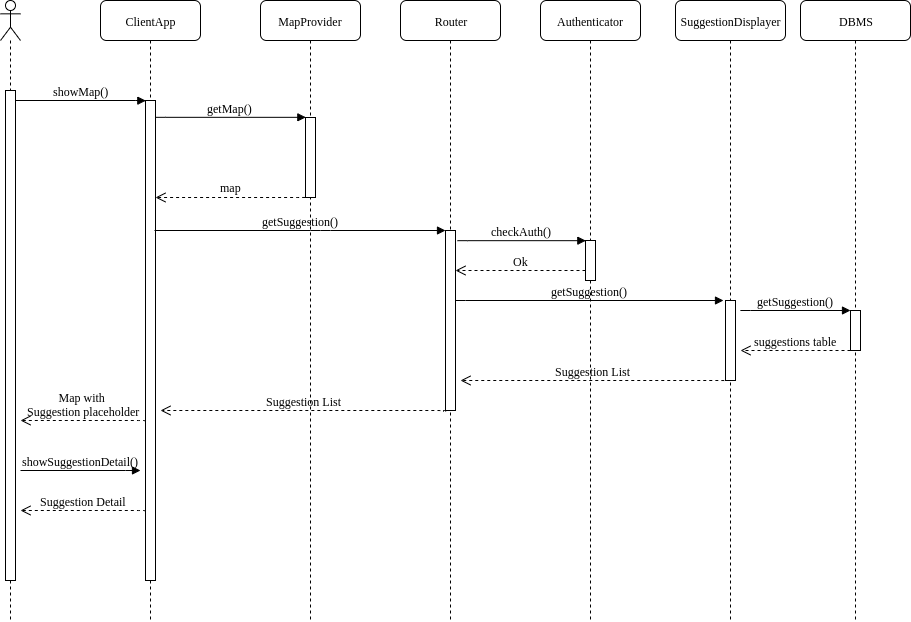
Earlier version of the draw.io export DD/images/visualize-suggestion-sequence.png (f3d0ss/CazzolaDotti-se2). Source tidied: cells renumbered, new cells last; positions are measured from the earlier drawing's top-left corner, leaving out a move shared by most shapes. Source of this version:
```xml
<mxGraphModel background="#ffffff">
  <root>
    <mxCell id="0" />
    <mxCell id="1" parent="0" />
    <mxCell id="2" value="ClientApp" style="shape=umlLifeline;perimeter=lifelinePerimeter;whiteSpace=wrap;html=1;rounded=1;shadow=0;comic=0;labelBackgroundColor=none;strokeWidth=1;fontFamily=Verdana;fontSize=12;align=center;" parent="1" vertex="1">
      <mxGeometry x="129" width="100" height="620" as="geometry" />
    </mxCell>
    <mxCell id="3" style="html=1;points=[];perimeter=orthogonalPerimeter;rounded=0;shadow=0;comic=0;labelBackgroundColor=none;strokeWidth=1;fontFamily=Verdana;fontSize=12;align=center;" parent="2" vertex="1">
      <mxGeometry x="45" y="100" width="10" height="480" as="geometry" />
    </mxCell>
    <mxCell id="4" value="MapProvider" style="shape=umlLifeline;perimeter=lifelinePerimeter;whiteSpace=wrap;html=1;rounded=1;shadow=0;comic=0;labelBackgroundColor=none;strokeWidth=1;fontFamily=Verdana;fontSize=12;align=center;" parent="1" vertex="1">
      <mxGeometry x="289" width="100" height="620" as="geometry" />
    </mxCell>
    <mxCell id="5" value="Authenticator" style="shape=umlLifeline;perimeter=lifelinePerimeter;whiteSpace=wrap;html=1;rounded=1;shadow=0;comic=0;labelBackgroundColor=none;strokeWidth=1;fontFamily=Verdana;fontSize=12;align=center;" parent="1" vertex="1">
      <mxGeometry x="569" width="100" height="620" as="geometry" />
    </mxCell>
    <mxCell id="6" value="Router" style="shape=umlLifeline;perimeter=lifelinePerimeter;whiteSpace=wrap;html=1;rounded=1;shadow=0;comic=0;labelBackgroundColor=none;strokeWidth=1;fontFamily=Verdana;fontSize=12;align=center;" parent="1" vertex="1">
      <mxGeometry x="429" width="100" height="620" as="geometry" />
    </mxCell>
    <mxCell id="7" style="html=1;points=[];perimeter=orthogonalPerimeter;rounded=0;shadow=0;comic=0;labelBackgroundColor=none;strokeWidth=1;fontFamily=Verdana;fontSize=12;align=center;" parent="6" vertex="1">
      <mxGeometry x="45" y="230" width="10" height="180" as="geometry" />
    </mxCell>
    <mxCell id="8" style="html=1;points=[];perimeter=orthogonalPerimeter;rounded=0;shadow=0;comic=0;labelBackgroundColor=none;strokeWidth=1;fontFamily=Verdana;fontSize=12;align=center;" parent="6" vertex="1">
      <mxGeometry x="185" y="240" width="10" height="40" as="geometry" />
    </mxCell>
    <mxCell id="9" value="checkAuth()" style="html=1;verticalAlign=bottom;endArrow=block;entryX=0;entryY=0;labelBackgroundColor=none;fontFamily=Verdana;fontSize=12;edgeStyle=elbowEdgeStyle;elbow=vertical;" parent="6" edge="1" target="8">
      <mxGeometry relative="1" as="geometry">
        <mxPoint x="57" y="240" as="sourcePoint" />
      </mxGeometry>
    </mxCell>
    <mxCell id="10" value="Ok" style="html=1;verticalAlign=bottom;endArrow=open;dashed=1;endSize=8;labelBackgroundColor=none;fontFamily=Verdana;fontSize=12;edgeStyle=elbowEdgeStyle;elbow=vertical;" parent="6" edge="1" source="8">
      <mxGeometry relative="1" as="geometry">
        <mxPoint x="55" y="270" as="targetPoint" />
        <Array as="points">
          <mxPoint x="130" y="270" />
          <mxPoint x="160" y="270" />
        </Array>
      </mxGeometry>
    </mxCell>
    <mxCell id="11" value="showMap()" style="html=1;verticalAlign=bottom;endArrow=block;labelBackgroundColor=none;fontFamily=Verdana;fontSize=12;edgeStyle=elbowEdgeStyle;elbow=vertical;shadow=0;comic=0;entryX=0.058;entryY=0;entryDx=0;entryDy=0;entryPerimeter=0;" parent="1" edge="1" source="14" target="3">
      <mxGeometry relative="1" as="geometry">
        <Array as="points">
          <mxPoint x="159" y="100" />
          <mxPoint x="169" y="100" />
        </Array>
      </mxGeometry>
    </mxCell>
    <mxCell id="12" value="getMap()" style="html=1;verticalAlign=bottom;endArrow=block;entryX=0;entryY=0;labelBackgroundColor=none;fontFamily=Verdana;fontSize=12;edgeStyle=elbowEdgeStyle;elbow=vertical;" parent="1" edge="1" target="17">
      <mxGeometry relative="1" as="geometry">
        <mxPoint x="184" y="117" as="sourcePoint" />
      </mxGeometry>
    </mxCell>
    <mxCell id="13" style="shape=umlLifeline;participant=umlActor;perimeter=lifelinePerimeter;whiteSpace=wrap;html=1;verticalAlign=top;spacingTop=36;labelBackgroundColor=#ffffff;" parent="1" vertex="1">
      <mxGeometry x="29" width="20" height="620" as="geometry" />
    </mxCell>
    <mxCell id="14" style="html=1;points=[];perimeter=orthogonalPerimeter;rounded=0;shadow=0;comic=0;labelBackgroundColor=none;strokeWidth=1;fontFamily=Verdana;fontSize=12;align=center;" parent="13" vertex="1">
      <mxGeometry x="5" y="90" width="10" height="490" as="geometry" />
    </mxCell>
    <mxCell id="15" style="html=1;verticalAlign=bottom;endArrow=open;dashed=1;endSize=8;labelBackgroundColor=none;fontFamily=Verdana;fontSize=12;edgeStyle=elbowEdgeStyle;elbow=vertical;exitX=-0.039;exitY=0.995;exitDx=0;exitDy=0;exitPerimeter=0;" parent="1" edge="1" source="17">
      <mxGeometry relative="1" as="geometry">
        <mxPoint x="184" y="197" as="targetPoint" />
        <Array as="points">
          <mxPoint x="199" y="197" />
          <mxPoint x="264" y="197.5" />
          <mxPoint x="294" y="197.5" />
        </Array>
      </mxGeometry>
    </mxCell>
    <mxCell id="16" value="&lt;font face=&quot;Verdana&quot;&gt;map&lt;/font&gt;" style="text;html=1;align=center;verticalAlign=middle;labelBackgroundColor=#ffffff;" parent="15" vertex="1">
      <mxGeometry x="0.8" y="60" relative="1" as="geometry">
        <mxPoint x="60" y="-70" as="offset" />
      </mxGeometry>
    </mxCell>
    <mxCell id="17" style="html=1;points=[];perimeter=orthogonalPerimeter;rounded=0;shadow=0;comic=0;labelBackgroundColor=none;strokeWidth=1;fontFamily=Verdana;fontSize=12;align=center;" parent="1" vertex="1">
      <mxGeometry x="334" y="117" width="10" height="80" as="geometry" />
    </mxCell>
    <mxCell id="18" value="SuggestionDisplayer" style="shape=umlLifeline;perimeter=lifelinePerimeter;whiteSpace=wrap;html=1;rounded=1;shadow=0;comic=0;labelBackgroundColor=none;strokeWidth=1;fontFamily=Verdana;fontSize=12;align=center;" parent="1" vertex="1">
      <mxGeometry x="704" width="110" height="620" as="geometry" />
    </mxCell>
    <mxCell id="19" style="html=1;points=[];perimeter=orthogonalPerimeter;" parent="18" vertex="1">
      <mxGeometry x="50" y="300" width="10" height="80" as="geometry" />
    </mxCell>
    <mxCell id="20" value="getSuggestion()" style="html=1;verticalAlign=bottom;endArrow=block;labelBackgroundColor=none;fontFamily=Verdana;fontSize=12;edgeStyle=elbowEdgeStyle;elbow=vertical;" parent="1" edge="1" target="7">
      <mxGeometry relative="1" as="geometry">
        <mxPoint x="183" y="230" as="sourcePoint" />
        <Array as="points">
          <mxPoint x="349" y="230" />
        </Array>
      </mxGeometry>
    </mxCell>
    <mxCell id="21" value="getSuggestion()" style="html=1;verticalAlign=bottom;endArrow=block;labelBackgroundColor=none;fontFamily=Verdana;fontSize=12;edgeStyle=elbowEdgeStyle;elbow=vertical;exitX=0.92;exitY=0.422;exitDx=0;exitDy=0;exitPerimeter=0;" parent="1" edge="1">
      <mxGeometry relative="1" as="geometry">
        <mxPoint x="484" y="300.3" as="sourcePoint" />
        <mxPoint x="752" y="300" as="targetPoint" />
        <Array as="points">
          <mxPoint x="650" y="300" />
        </Array>
      </mxGeometry>
    </mxCell>
    <mxCell id="22" value="Suggestion List" style="html=1;verticalAlign=bottom;endArrow=open;dashed=1;endSize=8;labelBackgroundColor=none;fontFamily=Verdana;fontSize=12;edgeStyle=elbowEdgeStyle;elbow=vertical;exitX=-0.118;exitY=1.006;exitDx=0;exitDy=0;exitPerimeter=0;" parent="1" edge="1" source="19">
      <mxGeometry relative="1" as="geometry">
        <mxPoint x="489" y="380" as="targetPoint" />
        <Array as="points">
          <mxPoint x="549" y="380" />
          <mxPoint x="579" y="430" />
          <mxPoint x="579" y="421" />
          <mxPoint x="743.5" y="360" />
          <mxPoint x="623.5" y="360" />
          <mxPoint x="688.5" y="360.5" />
          <mxPoint x="718.5" y="360.5" />
        </Array>
      </mxGeometry>
    </mxCell>
    <mxCell id="23" value="DBMS" style="shape=umlLifeline;perimeter=lifelinePerimeter;whiteSpace=wrap;html=1;rounded=1;shadow=0;comic=0;labelBackgroundColor=none;strokeWidth=1;fontFamily=Verdana;fontSize=12;align=center;" parent="1" vertex="1">
      <mxGeometry x="829" width="110" height="620" as="geometry" />
    </mxCell>
    <mxCell id="24" style="html=1;perimeter=orthogonalPerimeter;" parent="23" vertex="1">
      <mxGeometry x="50" y="310" width="10" height="40" as="geometry" />
    </mxCell>
    <mxCell id="25" value="getSuggestion()" style="html=1;verticalAlign=bottom;endArrow=block;labelBackgroundColor=none;fontFamily=Verdana;fontSize=12;edgeStyle=elbowEdgeStyle;elbow=vertical;exitX=0.92;exitY=0.422;exitDx=0;exitDy=0;exitPerimeter=0;" parent="1" edge="1">
      <mxGeometry relative="1" as="geometry">
        <mxPoint x="769" y="310.3" as="sourcePoint" />
        <mxPoint x="879" y="310" as="targetPoint" />
        <Array as="points">
          <mxPoint x="935" y="310" />
        </Array>
      </mxGeometry>
    </mxCell>
    <mxCell id="26" value="suggestions table" style="html=1;verticalAlign=bottom;endArrow=open;dashed=1;endSize=8;labelBackgroundColor=none;fontFamily=Verdana;fontSize=12;edgeStyle=elbowEdgeStyle;elbow=vertical;" parent="1" edge="1">
      <mxGeometry relative="1" as="geometry">
        <mxPoint x="879" y="350" as="sourcePoint" />
        <mxPoint x="769" y="350" as="targetPoint" />
        <Array as="points">
          <mxPoint x="819" y="350" />
          <mxPoint x="803.5" y="289" />
          <mxPoint x="868.5" y="289.5" />
          <mxPoint x="898.5" y="289.5" />
        </Array>
      </mxGeometry>
    </mxCell>
    <mxCell id="27" value="Suggestion List" style="html=1;verticalAlign=bottom;endArrow=open;dashed=1;endSize=8;labelBackgroundColor=none;fontFamily=Verdana;fontSize=12;edgeStyle=elbowEdgeStyle;elbow=vertical;exitX=-0.118;exitY=1.006;exitDx=0;exitDy=0;exitPerimeter=0;" parent="1" edge="1">
      <mxGeometry relative="1" as="geometry">
        <mxPoint x="474.2" y="411.2" as="sourcePoint" />
        <mxPoint x="189" y="410" as="targetPoint" />
        <Array as="points">
          <mxPoint x="300.5" y="410" />
          <mxPoint x="300.5" y="401" />
          <mxPoint x="465" y="340" />
          <mxPoint x="345" y="340" />
          <mxPoint x="410" y="340.5" />
          <mxPoint x="440" y="340.5" />
        </Array>
      </mxGeometry>
    </mxCell>
    <mxCell id="28" value="Map with &lt;br&gt;Suggestion placeholder" style="html=1;verticalAlign=bottom;endArrow=open;dashed=1;endSize=8;labelBackgroundColor=none;fontFamily=Verdana;fontSize=12;edgeStyle=elbowEdgeStyle;elbow=vertical;exitX=-0.118;exitY=1.006;exitDx=0;exitDy=0;exitPerimeter=0;" parent="1" edge="1">
      <mxGeometry relative="1" as="geometry">
        <mxPoint x="173.7" y="421.2" as="sourcePoint" />
        <mxPoint x="49" y="420" as="targetPoint" />
        <Array as="points">
          <mxPoint y="420" />
          <mxPoint y="411" />
          <mxPoint x="164.5" y="350" />
          <mxPoint x="44.5" y="350" />
          <mxPoint x="109.5" y="350.5" />
          <mxPoint x="139.5" y="350.5" />
        </Array>
      </mxGeometry>
    </mxCell>
    <mxCell id="29" value="showSuggestionDetail()" style="html=1;verticalAlign=bottom;endArrow=block;labelBackgroundColor=none;fontFamily=Verdana;fontSize=12;edgeStyle=elbowEdgeStyle;elbow=vertical;shadow=0;comic=0;" parent="1" edge="1">
      <mxGeometry relative="1" as="geometry">
        <mxPoint x="49" y="470" as="sourcePoint" />
        <mxPoint x="169" y="470" as="targetPoint" />
        <Array as="points">
          <mxPoint x="164" y="470" />
          <mxPoint x="174" y="470" />
        </Array>
      </mxGeometry>
    </mxCell>
    <mxCell id="30" value="Suggestion Detail" style="html=1;verticalAlign=bottom;endArrow=open;dashed=1;endSize=8;labelBackgroundColor=none;fontFamily=Verdana;fontSize=12;edgeStyle=elbowEdgeStyle;elbow=vertical;exitX=-0.118;exitY=1.006;exitDx=0;exitDy=0;exitPerimeter=0;" parent="1" edge="1">
      <mxGeometry relative="1" as="geometry">
        <mxPoint x="173.7" y="511.2" as="sourcePoint" />
        <mxPoint x="49" y="510" as="targetPoint" />
        <Array as="points">
          <mxPoint y="510" />
          <mxPoint y="501" />
          <mxPoint x="164.5" y="440" />
          <mxPoint x="44.5" y="440" />
          <mxPoint x="109.5" y="440.5" />
          <mxPoint x="139.5" y="440.5" />
        </Array>
      </mxGeometry>
    </mxCell>
  </root>
</mxGraphModel>
```
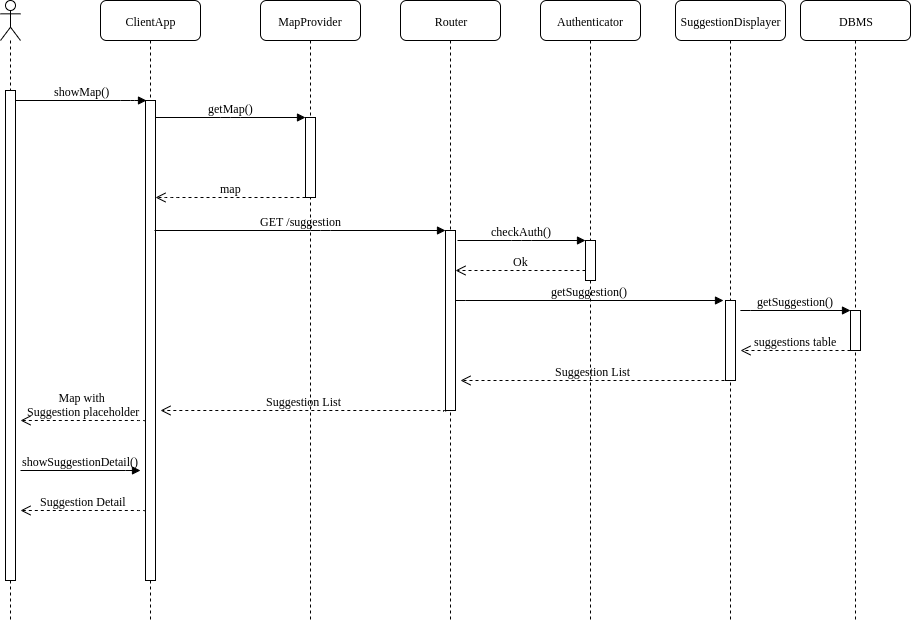
The same diagram one commit later.

What changed in the source:
```diff
@@ -80,7 +80,7 @@
     <mxCell id="19" style="html=1;points=[];perimeter=orthogonalPerimeter;" parent="18" vertex="1">
       <mxGeometry x="50" y="300" width="10" height="80" as="geometry" />
     </mxCell>
-    <mxCell id="20" value="getSuggestion()" style="html=1;verticalAlign=bottom;endArrow=block;labelBackgroundColor=none;fontFamily=Verdana;fontSize=12;edgeStyle=elbowEdgeStyle;elbow=vertical;" parent="1" edge="1" target="7">
+    <mxCell id="20" value="GET /suggestion" style="html=1;verticalAlign=bottom;endArrow=block;labelBackgroundColor=none;fontFamily=Verdana;fontSize=12;edgeStyle=elbowEdgeStyle;elbow=vertical;" parent="1" edge="1" target="7">
       <mxGeometry relative="1" as="geometry">
         <mxPoint x="183" y="230" as="sourcePoint" />
         <Array as="points">
```
